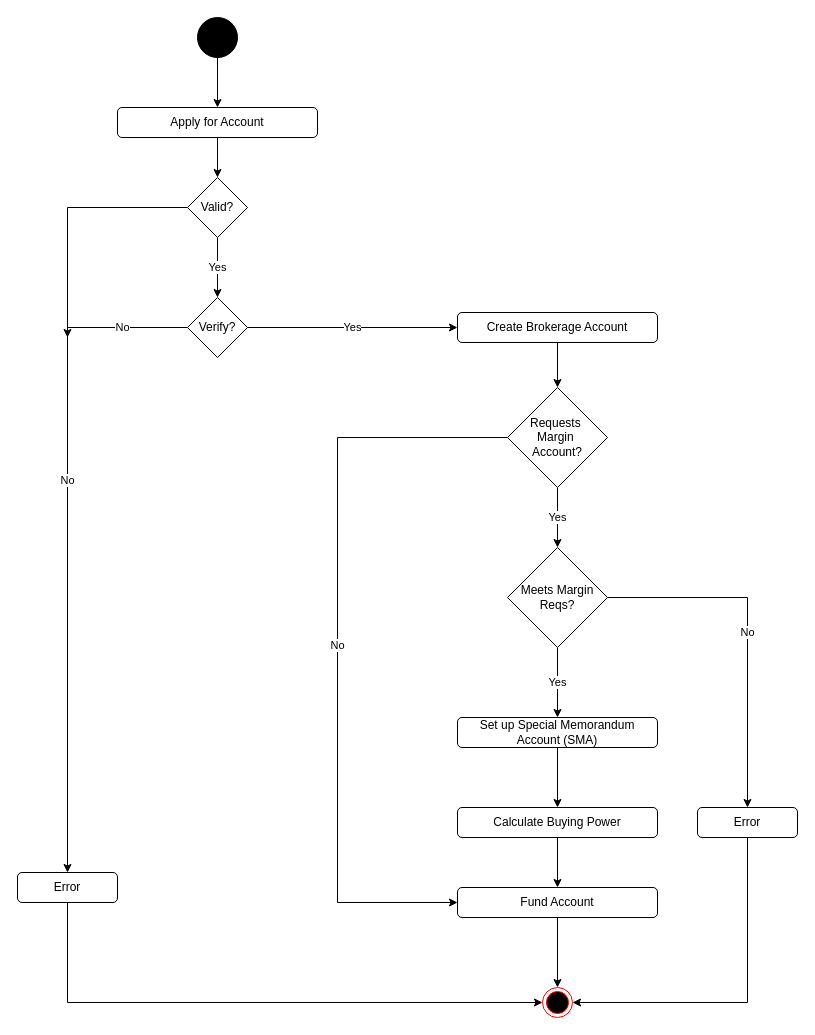
This is UC1:CreateAccount.drawio from dgboulger/SpoofTraderMarket, a draw.io file, before an edit. Source tidied: cells renumbered, new cells numbered last; positions are measured from the earlier drawing's top-left corner, leaving out a move shared by most shapes. Both pictures are drawn from the tidied source at 100%, with x=0, y=0 at pixel (17, 17).
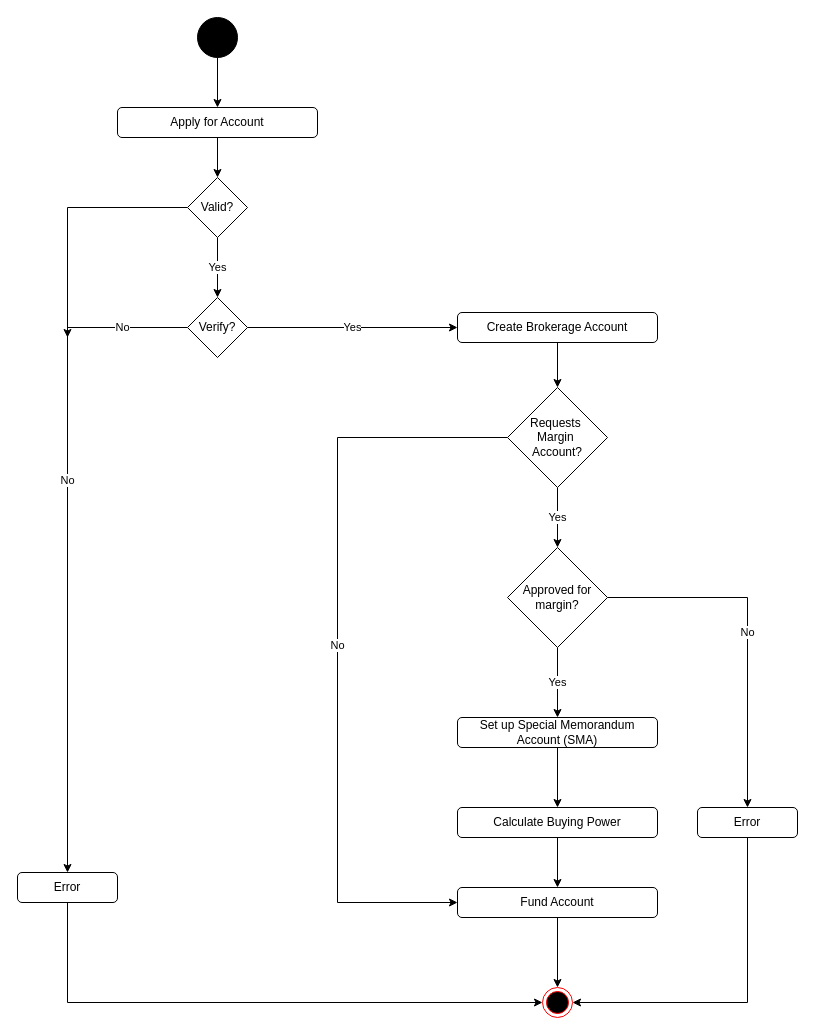
The same diagram, later.

Change to the diagram source:
```diff
@@
-    <mxCell id="12" value="&lt;span&gt;Meets Margin Reqs?&lt;/span&gt;" style="rhombus;whiteSpace=wrap;html=1;fillColor=#FFFFFF;" parent="1" vertex="1">
+    <mxCell id="12" value="&lt;span&gt;Approved for margin?&lt;/span&gt;" style="rhombus;whiteSpace=wrap;html=1;fillColor=#FFFFFF;" parent="1" vertex="1">
       <mxGeometry x="490" y="530" width="100" height="100" as="geometry" />
     </mxCell>
```
